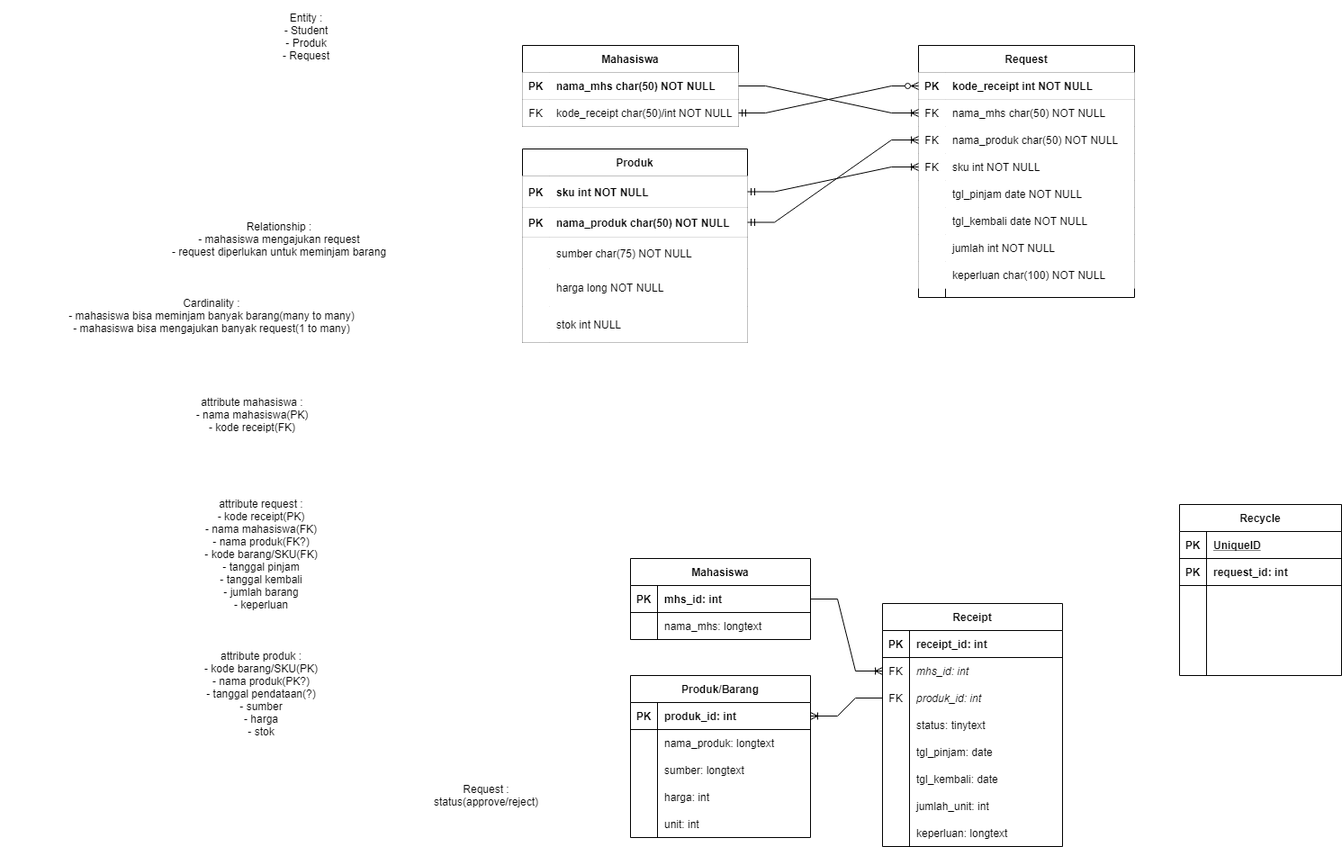
Above: diagrams/ER diagram.drawio.png in johannfac/aplikasipeminjamanaset (draw.io), before the change. Source tidied: cells renumbered, new cells last; positions are measured from the earlier drawing's top-left corner, leaving out a move shared by most shapes.
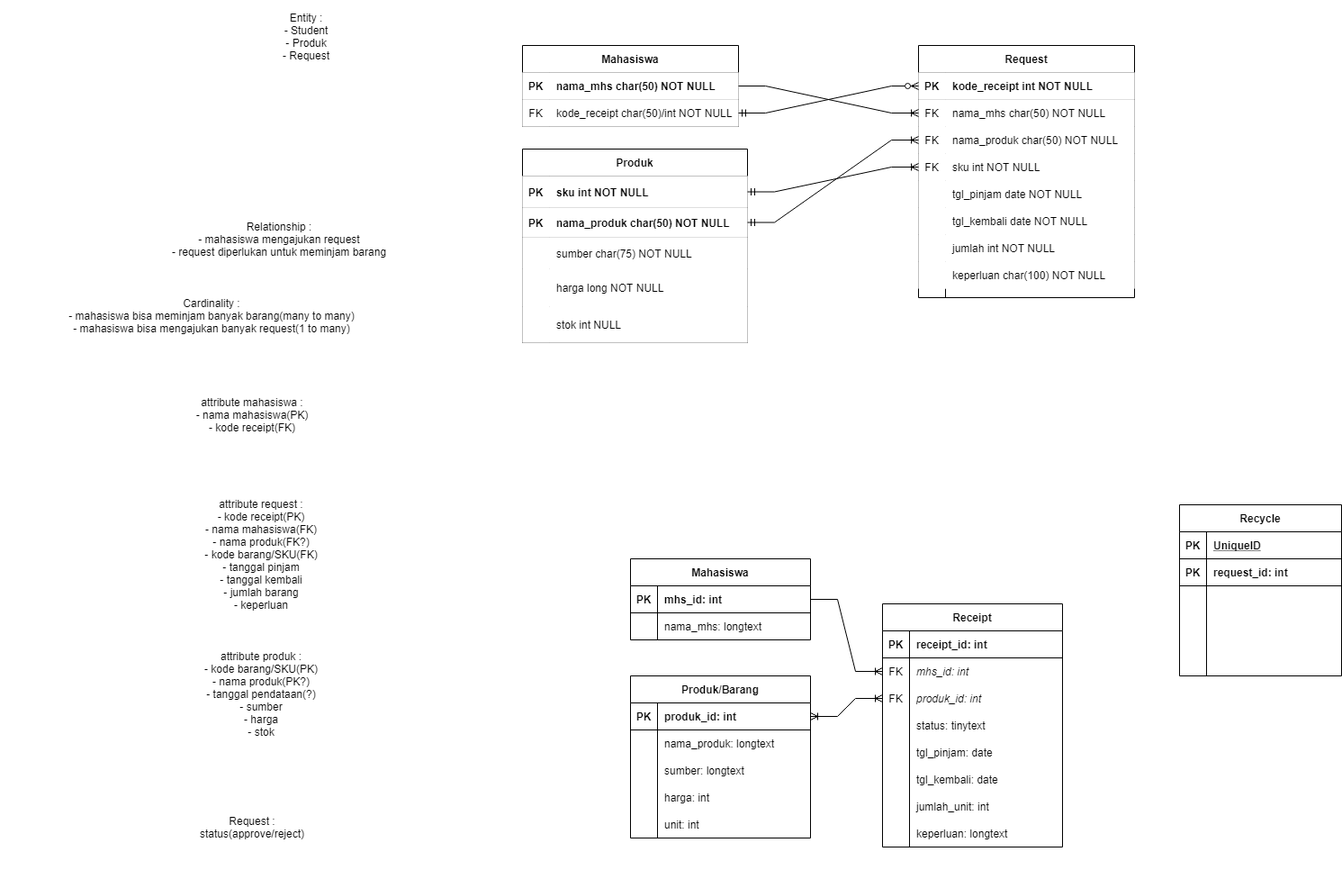
After the change.

What changed in the source:
```diff
@@ -371,10 +371,10 @@
     <mxCell id="124" style="edgeStyle=entityRelationEdgeStyle;fontSize=12;html=1;endArrow=ERoneToMany;rounded=0;labelBackgroundColor=default;fontColor=default;strokeColor=default;fillColor=default;exitX=1;exitY=0.5;exitDx=0;exitDy=0;entryX=0;entryY=0.5;entryDx=0;entryDy=0;" parent="1" edge="1" source="61" target="87">
       <mxGeometry relative="1" as="geometry" />
     </mxCell>
-    <mxCell id="125" value="Request :&lt;br&gt;&lt;div&gt;status(approve/reject)&lt;/div&gt;" style="text;html=1;strokeColor=none;fillColor=none;align=center;verticalAlign=middle;whiteSpace=wrap;rounded=0;" parent="1" vertex="1">
-      <mxGeometry x="470" y="825" width="140" height="115" as="geometry" />
+    <mxCell id="125" value="Request :&lt;br&gt;&lt;div&gt;status(approve/reject)&lt;/div&gt;" style="text;html=1;strokeColor=none;fillColor=none;align=center;verticalAlign=middle;whiteSpace=wrap;rounded=0;fontColor=default;" parent="1" vertex="1">
+      <mxGeometry x="210" y="860" width="140" height="115" as="geometry" />
     </mxCell>
-    <mxCell id="126" style="edgeStyle=entityRelationEdgeStyle;fontSize=12;html=1;endArrow=ERoneToMany;rounded=0;labelBackgroundColor=default;fontColor=default;strokeColor=default;fillColor=default;exitX=0;exitY=0.5;exitDx=0;exitDy=0;entryX=1;entryY=0.5;entryDx=0;entryDy=0;" parent="1" edge="1" source="90" target="68">
+    <mxCell id="126" style="edgeStyle=entityRelationEdgeStyle;fontSize=12;html=1;endArrow=ERoneToMany;startArrow=ERoneToMany;rounded=0;labelBackgroundColor=default;fontColor=default;strokeColor=default;fillColor=default;exitX=0;exitY=0.5;exitDx=0;exitDy=0;entryX=1;entryY=0.5;entryDx=0;entryDy=0;" parent="1" edge="1" source="90" target="68">
       <mxGeometry relative="1" as="geometry" />
     </mxCell>
   </root>
```
